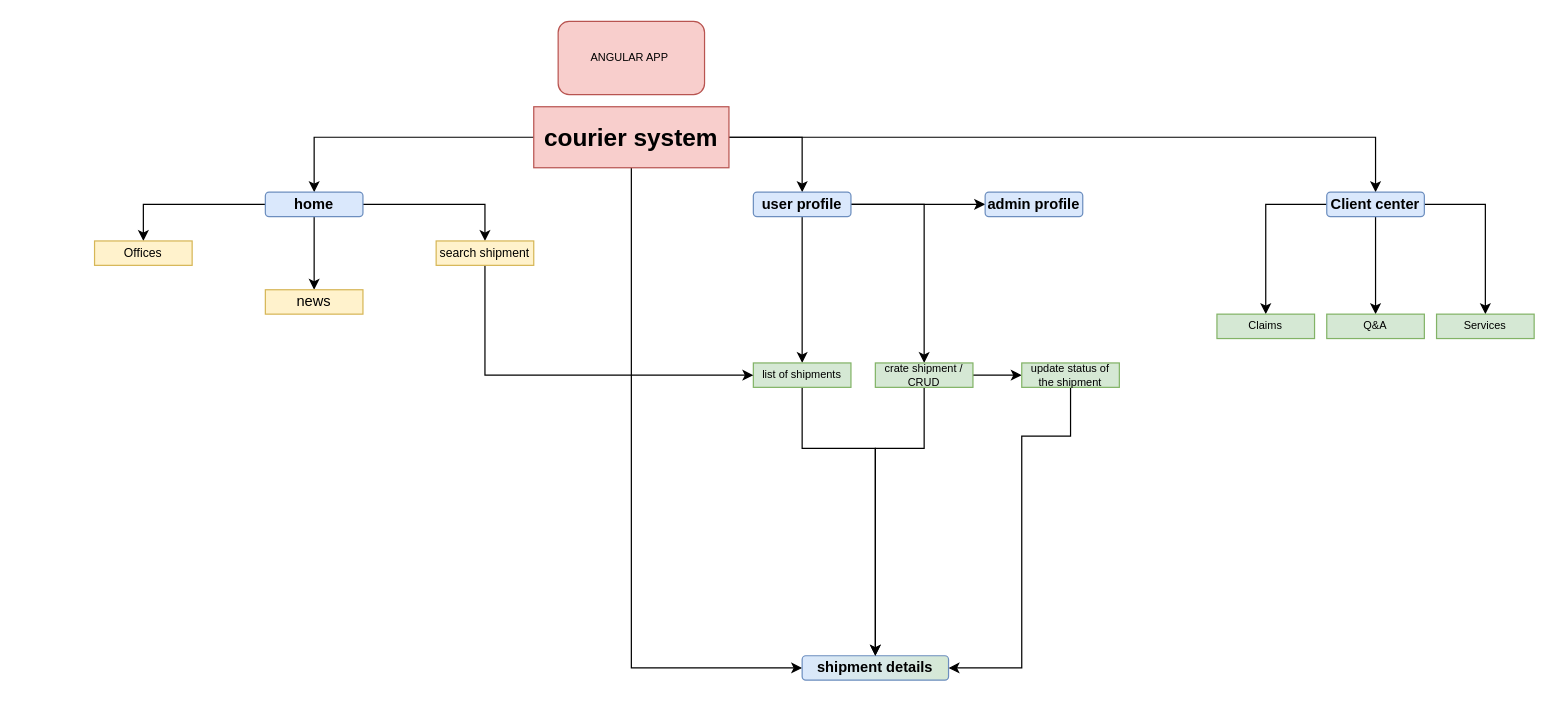
Before: page "Angular app" (2 of 3) of charts/logistic project.drawio in Ivnchev/courier-application, a draw.io diagram. Source tidied: cells renumbered, new cells numbered last; positions are measured from the earlier drawing's top-left corner, leaving out a move shared by most shapes. Both pictures are drawn from the tidied source at 122%, with x=0, y=0 at pixel (94, 21).
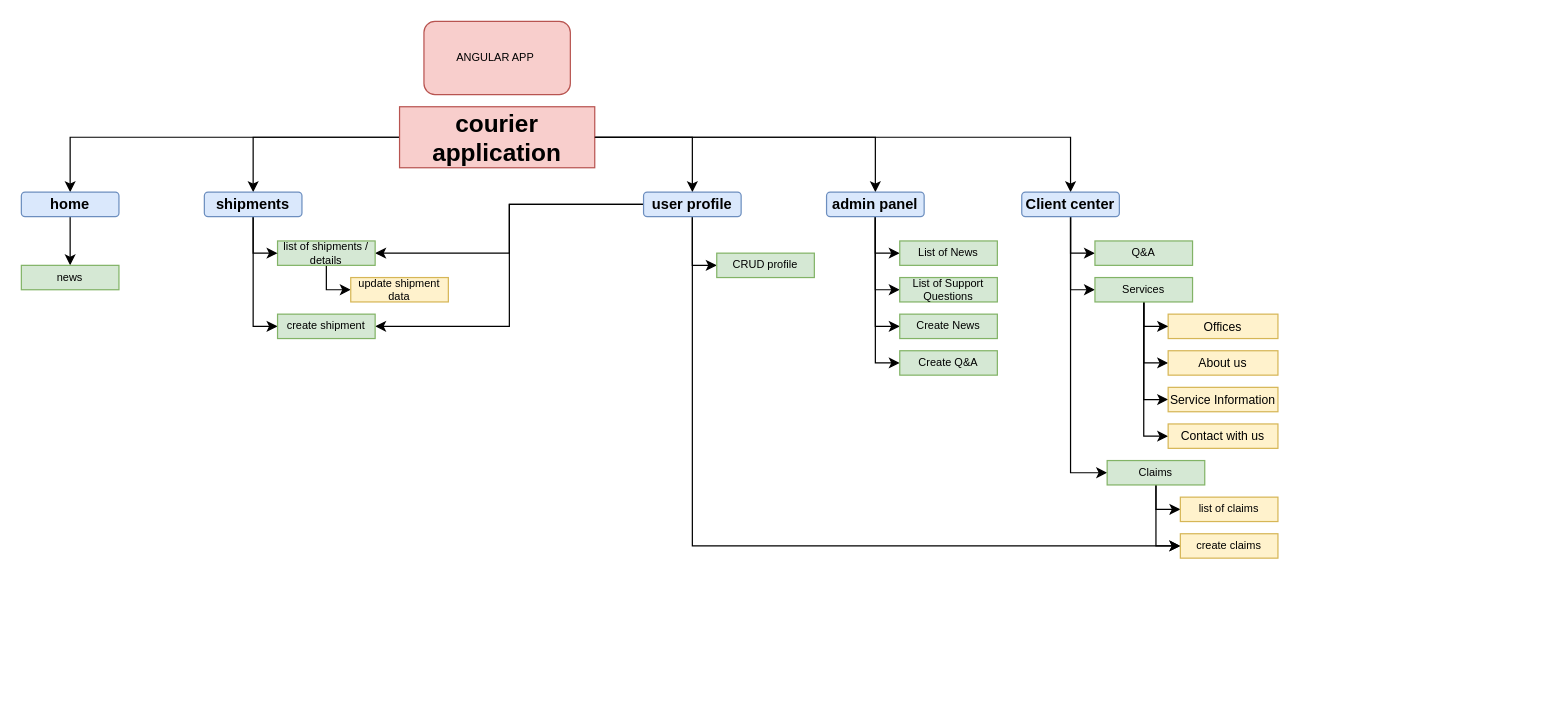
The same diagram, later.

Diff of the diagram source:
```diff
@@
     <mxCell id="2" style="edgeStyle=orthogonalEdgeStyle;rounded=0;jettySize=auto;html=1;entryX=0.5;entryY=0;entryDx=0;entryDy=0;" parent="1" edge="1" source="6" target="10">
       <mxGeometry relative="1" as="geometry">
         <Array as="points">
-          <mxPoint x="180" y="95" />
+          <mxPoint x="-20" y="95" />
         </Array>
       </mxGeometry>
     </mxCell>
-    <mxCell id="3" style="edgeStyle=orthogonalEdgeStyle;rounded=0;jettySize=auto;html=1;fontSize=10;entryX=0;entryY=0.5;entryDx=0;entryDy=0;" parent="1" edge="1" source="6" target="12">
-      <mxGeometry relative="1" as="geometry">
-        <Array as="points">
-          <mxPoint x="440" y="530" />
-        </Array>
-      </mxGeometry>
-    </mxCell>
-    <mxCell id="4" style="edgeStyle=orthogonalEdgeStyle;rounded=0;jettySize=auto;html=1;fontSize=9;exitX=1;exitY=0.5;exitDx=0;exitDy=0;" parent="1" edge="1" source="6" target="16">
+    <mxCell id="4" style="edgeStyle=orthogonalEdgeStyle;rounded=0;jettySize=auto;html=1;fontSize=9;exitX=1;exitY=0.5;exitDx=0;exitDy=0;entryX=0.5;entryY=0;entryDx=0;entryDy=0;" parent="1" edge="1" source="6" target="16">
       <mxGeometry relative="1" as="geometry">
         <Array as="points">
-          <mxPoint x="580" y="95" />
+          <mxPoint x="490" y="95" />
         </Array>
       </mxGeometry>
     </mxCell>
     <mxCell id="5" style="edgeStyle=orthogonalEdgeStyle;rounded=0;jettySize=auto;html=1;fontSize=9;exitX=1;exitY=0.5;exitDx=0;exitDy=0;entryX=0.5;entryY=0;entryDx=0;entryDy=0;" parent="1" edge="1" source="6" target="29">
       <mxGeometry relative="1" as="geometry">
         <Array as="points">
-          <mxPoint x="1050" y="95" />
+          <mxPoint x="800" y="95" />
         </Array>
       </mxGeometry>
     </mxCell>
+    <mxCell id="36" style="edgeStyle=orthogonalEdgeStyle;rounded=0;jettySize=auto;html=1;entryX=0.5;entryY=0;entryDx=0;entryDy=0;" parent="1" edge="1" source="6" target="52">
+      <mxGeometry relative="1" as="geometry" />
+    </mxCell>
-    <mxCell id="6" value="courier system" style="rounded=0;whiteSpace=wrap;html=1;fillColor=#f8cecc;strokeColor=#b85450;fontStyle=1;fontSize=20;" parent="1" vertex="1">
-      <mxGeometry x="360" y="70" width="160" height="50" as="geometry" />
+    <mxCell id="6" value="courier application" style="rounded=0;whiteSpace=wrap;html=1;fillColor=#f8cecc;strokeColor=#b85450;fontStyle=1;fontSize=20;" parent="1" vertex="1">
+      <mxGeometry x="250" y="70" width="160" height="50" as="geometry" />
     </mxCell>
-    <mxCell id="7" style="edgeStyle=orthogonalEdgeStyle;rounded=0;jettySize=auto;html=1;entryX=0.5;entryY=0;entryDx=0;entryDy=0;" parent="1" edge="1" source="10" target="32">
-      <mxGeometry relative="1" as="geometry" />
-    </mxCell>
-    <mxCell id="8" style="edgeStyle=orthogonalEdgeStyle;rounded=0;jettySize=auto;html=1;fontSize=10;entryX=0.5;entryY=0;entryDx=0;entryDy=0;" parent="1" edge="1" source="10" target="31">
-      <mxGeometry relative="1" as="geometry" />
-    </mxCell>
@@
     <mxCell id="10" value="home" style="whiteSpace=wrap;html=1;rounded=1;fillColor=#dae8fc;strokeColor=#6c8ebf;fontSize=12;fontStyle=1;" parent="1" vertex="1">
-      <mxGeometry x="140" y="140" width="80" height="20" as="geometry" />
+      <mxGeometry x="-60" y="140" width="80" height="20" as="geometry" />
     </mxCell>
-    <mxCell id="11" value="news" style="whiteSpace=wrap;html=1;rounded=0;fillColor=#fff2cc;strokeColor=#d6b656;" parent="1" vertex="1">
-      <mxGeometry x="140" y="220" width="80" height="20" as="geometry" />
+    <mxCell id="11" value="news" style="whiteSpace=wrap;html=1;rounded=0;fillColor=#d5e8d4;strokeColor=#82b366;fontSize=9;" parent="1" vertex="1">
+      <mxGeometry x="-60" y="200" width="80" height="20" as="geometry" />
     </mxCell>
-    <mxCell id="12" value="shipment details" style="rounded=1;whiteSpace=wrap;html=1;fontSize=12;fillColor=#dae8fc;strokeColor=#6c8ebf;fontStyle=1;gradientDirection=east;gradientColor=#D5E8D4;" parent="1" vertex="1">
-      <mxGeometry x="580" y="520" width="120" height="20" as="geometry" />
-    </mxCell>
-    <mxCell id="13" style="edgeStyle=orthogonalEdgeStyle;rounded=0;jettySize=auto;html=1;fontSize=9;exitX=1;exitY=0.5;exitDx=0;exitDy=0;" parent="1" edge="1" source="16" target="18">
+    <mxCell id="13" style="edgeStyle=orthogonalEdgeStyle;rounded=0;jettySize=auto;html=1;fontSize=9;exitX=1;exitY=0.5;exitDx=0;exitDy=0;" parent="1" edge="1" source="6" target="18">
       <mxGeometry relative="1" as="geometry" />
     </mxCell>
+    <mxCell id="37" style="edgeStyle=orthogonalEdgeStyle;rounded=0;jettySize=auto;html=1;entryX=0;entryY=0.5;entryDx=0;entryDy=0;" parent="1" edge="1" source="16" target="54">
+      <mxGeometry relative="1" as="geometry" />
+    </mxCell>
-    <mxCell id="14" style="edgeStyle=orthogonalEdgeStyle;rounded=0;jettySize=auto;html=1;fontSize=9;" parent="1" edge="1" source="16" target="22">
+    <mxCell id="14" style="edgeStyle=orthogonalEdgeStyle;rounded=0;jettySize=auto;html=1;entryX=1;entryY=0.5;entryDx=0;entryDy=0;" parent="1" edge="1" source="16" target="22">
       <mxGeometry relative="1" as="geometry" />
     </mxCell>
+    <mxCell id="38" style="edgeStyle=orthogonalEdgeStyle;rounded=0;jettySize=auto;html=1;entryX=0;entryY=0.5;entryDx=0;entryDy=0;exitX=0.5;exitY=1;exitDx=0;exitDy=0;" parent="1" edge="1" source="16" target="56">
+      <mxGeometry relative="1" as="geometry" />
+    </mxCell>
-    <mxCell id="15" style="edgeStyle=orthogonalEdgeStyle;rounded=0;jettySize=auto;html=1;fontSize=9;entryX=0.5;entryY=0;entryDx=0;entryDy=0;" parent="1" edge="1" source="16" target="24">
+    <mxCell id="15" style="edgeStyle=orthogonalEdgeStyle;rounded=0;jettySize=auto;html=1;entryX=1;entryY=0.5;entryDx=0;entryDy=0;" parent="1" edge="1" source="16" target="24">
       <mxGeometry relative="1" as="geometry" />
     </mxCell>
     <mxCell id="16" value="user profile" style="rounded=1;whiteSpace=wrap;html=1;fillColor=#dae8fc;strokeColor=#6c8ebf;fontSize=12;fontStyle=1;" parent="1" vertex="1">
-      <mxGeometry x="540" y="140" width="80" height="20" as="geometry" />
+      <mxGeometry x="450" y="140" width="80" height="20" as="geometry" />
     </mxCell>
-    <mxCell id="17" style="edgeStyle=orthogonalEdgeStyle;rounded=0;jettySize=auto;html=1;fontSize=9;exitX=1;exitY=0.5;exitDx=0;exitDy=0;" parent="1" edge="1" source="24" target="20">
-      <mxGeometry relative="1" as="geometry" />
-    </mxCell>
+    <mxCell id="39" style="edgeStyle=orthogonalEdgeStyle;rounded=0;jettySize=auto;html=1;entryX=0;entryY=0.5;entryDx=0;entryDy=0;" parent="1" edge="1" source="18" target="57">
+      <mxGeometry relative="1" as="geometry" />
+    </mxCell>
+    <mxCell id="40" style="edgeStyle=orthogonalEdgeStyle;rounded=0;jettySize=auto;html=1;entryX=0;entryY=0.5;entryDx=0;entryDy=0;" parent="1" edge="1" source="18" target="58">
+      <mxGeometry relative="1" as="geometry" />
+    </mxCell>
+    <mxCell id="41" style="edgeStyle=orthogonalEdgeStyle;rounded=0;jettySize=auto;html=1;entryX=0;entryY=0.5;entryDx=0;entryDy=0;" parent="1" edge="1" source="18" target="59">
+      <mxGeometry relative="1" as="geometry" />
+    </mxCell>
+    <mxCell id="42" style="edgeStyle=orthogonalEdgeStyle;rounded=0;jettySize=auto;html=1;entryX=0;entryY=0.5;entryDx=0;entryDy=0;" parent="1" edge="1" source="18" target="60">
+      <mxGeometry relative="1" as="geometry" />
+    </mxCell>
-    <mxCell id="18" value="admin profile" style="rounded=1;whiteSpace=wrap;html=1;fillColor=#dae8fc;strokeColor=#6c8ebf;fontSize=12;fontStyle=1;" parent="1" vertex="1">
-      <mxGeometry x="730" y="140" width="80" height="20" as="geometry" />
+    <mxCell id="18" value="admin panel" style="rounded=1;whiteSpace=wrap;html=1;fillColor=#dae8fc;strokeColor=#6c8ebf;fontSize=12;fontStyle=1;" parent="1" vertex="1">
+      <mxGeometry x="600" y="140" width="80" height="20" as="geometry" />
     </mxCell>
-    <mxCell id="19" style="edgeStyle=orthogonalEdgeStyle;rounded=0;jettySize=auto;html=1;fontSize=9;entryX=1;entryY=0.5;entryDx=0;entryDy=0;exitX=0.5;exitY=1;exitDx=0;exitDy=0;" parent="1" edge="1" source="20" target="12">
-      <mxGeometry relative="1" as="geometry">
-        <Array as="points">
-          <mxPoint x="800" y="340" />
-          <mxPoint x="760" y="340" />
-          <mxPoint x="760" y="530" />
-        </Array>
-      </mxGeometry>
-    </mxCell>
-    <mxCell id="20" value="update status of the shipment" style="rounded=0;whiteSpace=wrap;html=1;fontSize=9;fillColor=#d5e8d4;strokeColor=#82b366;" parent="1" vertex="1">
-      <mxGeometry x="760" y="280" width="80" height="20" as="geometry" />
-    </mxCell>
-    <mxCell id="21" style="edgeStyle=orthogonalEdgeStyle;rounded=0;jettySize=auto;html=1;fontSize=9;entryX=0.5;entryY=0;entryDx=0;entryDy=0;exitX=0.5;exitY=1;exitDx=0;exitDy=0;" parent="1" edge="1" source="22" target="12">
-      <mxGeometry relative="1" as="geometry">
-        <Array as="points">
-          <mxPoint x="580" y="350" />
-          <mxPoint x="640" y="350" />
-        </Array>
-      </mxGeometry>
-    </mxCell>
+    <mxCell id="43" style="edgeStyle=orthogonalEdgeStyle;rounded=0;jettySize=auto;html=1;entryX=0;entryY=0.5;entryDx=0;entryDy=0;" parent="1" edge="1" source="22" target="53">
+      <mxGeometry relative="1" as="geometry" />
+    </mxCell>
-    <mxCell id="22" value="list of shipments" style="rounded=0;whiteSpace=wrap;html=1;fontSize=9;fillColor=#d5e8d4;strokeColor=#82b366;" parent="1" vertex="1">
-      <mxGeometry x="540" y="280" width="80" height="20" as="geometry" />
+    <mxCell id="22" value="list of shipments / details" style="rounded=0;whiteSpace=wrap;html=1;fontSize=9;fillColor=#d5e8d4;strokeColor=#82b366;" parent="1" vertex="1">
+      <mxGeometry x="150" y="180" width="80" height="20" as="geometry" />
     </mxCell>
-    <mxCell id="23" style="edgeStyle=orthogonalEdgeStyle;rounded=0;jettySize=auto;html=1;fontSize=20;entryX=0.5;entryY=0;entryDx=0;entryDy=0;" parent="1" edge="1" source="24" target="12">
-      <mxGeometry relative="1" as="geometry">
-        <Array as="points">
-          <mxPoint x="680" y="350" />
-          <mxPoint x="640" y="350" />
-        </Array>
-      </mxGeometry>
-    </mxCell>
-    <mxCell id="24" value="crate shipment / CRUD" style="rounded=0;whiteSpace=wrap;html=1;fontSize=9;fillColor=#d5e8d4;strokeColor=#82b366;" parent="1" vertex="1">
-      <mxGeometry x="640" y="280" width="80" height="20" as="geometry" />
-    </mxCell>
     <mxCell id="25" value="ANGULAR APP&amp;nbsp;" style="rounded=1;whiteSpace=wrap;html=1;fontSize=9;fillColor=#f8cecc;strokeColor=#b85450;" parent="1" vertex="1">
-      <mxGeometry x="380" width="120" height="60" as="geometry" />
+      <mxGeometry x="270" width="120" height="60" as="geometry" />
     </mxCell>
-    <mxCell id="26" style="edgeStyle=orthogonalEdgeStyle;rounded=0;jettySize=auto;html=1;fontSize=20;" parent="1" edge="1" source="29" target="33">
+    <mxCell id="26" style="edgeStyle=orthogonalEdgeStyle;rounded=0;jettySize=auto;html=1;fontSize=20;entryX=0;entryY=0.5;entryDx=0;entryDy=0;" parent="1" edge="1" source="29" target="33">
       <mxGeometry relative="1" as="geometry" />
     </mxCell>
-    <mxCell id="27" style="edgeStyle=orthogonalEdgeStyle;rounded=0;jettySize=auto;html=1;fontSize=20;" parent="1" edge="1" source="29" target="34">
+    <mxCell id="27" style="edgeStyle=orthogonalEdgeStyle;rounded=0;jettySize=auto;html=1;fontSize=20;entryX=0;entryY=0.5;entryDx=0;entryDy=0;" parent="1" edge="1" source="29" target="34">
       <mxGeometry relative="1" as="geometry" />
     </mxCell>
-    <mxCell id="28" style="edgeStyle=orthogonalEdgeStyle;rounded=0;jettySize=auto;html=1;fontSize=20;" parent="1" edge="1" source="29" target="35">
+    <mxCell id="28" style="edgeStyle=orthogonalEdgeStyle;rounded=0;jettySize=auto;html=1;fontSize=20;entryX=0;entryY=0.5;entryDx=0;entryDy=0;" parent="1" edge="1" source="29" target="35">
       <mxGeometry relative="1" as="geometry" />
     </mxCell>
     <mxCell id="29" value="Client center" style="rounded=1;whiteSpace=wrap;html=1;fillColor=#dae8fc;strokeColor=#6c8ebf;fontSize=12;fontStyle=1;" parent="1" vertex="1">
-      <mxGeometry x="1010" y="140" width="80" height="20" as="geometry" />
+      <mxGeometry x="760" y="140" width="80" height="20" as="geometry" />
     </mxCell>
-    <mxCell id="30" style="edgeStyle=orthogonalEdgeStyle;rounded=0;jettySize=auto;html=1;fontSize=20;entryX=0;entryY=0.5;entryDx=0;entryDy=0;exitX=0.5;exitY=1;exitDx=0;exitDy=0;" parent="1" edge="1" source="31" target="22">
-      <mxGeometry relative="1" as="geometry">
-        <Array as="points">
-          <mxPoint x="320" y="290" />
-        </Array>
-      </mxGeometry>
-    </mxCell>
-    <mxCell id="31" value="search shipment" style="whiteSpace=wrap;html=1;rounded=0;fontSize=10;fillColor=#fff2cc;strokeColor=#d6b656;" parent="1" vertex="1">
-      <mxGeometry x="280" y="180" width="80" height="20" as="geometry" />
-    </mxCell>
     <mxCell id="32" value="&lt;font size=&quot;1&quot;&gt;Offices&lt;/font&gt;" style="whiteSpace=wrap;html=1;rounded=0;fillColor=#fff2cc;strokeColor=#d6b656;" parent="1" vertex="1">
-      <mxGeometry y="180" width="80" height="20" as="geometry" />
+      <mxGeometry x="880" y="240" width="90" height="20" as="geometry" />
     </mxCell>
     <mxCell id="33" value="Q&amp;amp;A" style="rounded=0;whiteSpace=wrap;html=1;fillColor=#d5e8d4;strokeColor=#82b366;fontSize=9;" parent="1" vertex="1">
-      <mxGeometry x="1010" y="240" width="80" height="20" as="geometry" />
+      <mxGeometry x="820" y="180" width="80" height="20" as="geometry" />
     </mxCell>
+    <mxCell id="44" style="edgeStyle=orthogonalEdgeStyle;rounded=0;jettySize=auto;html=1;entryX=0;entryY=0.5;entryDx=0;entryDy=0;" parent="1" edge="1" source="34" target="32">
+      <mxGeometry relative="1" as="geometry" />
+    </mxCell>
+    <mxCell id="45" style="edgeStyle=orthogonalEdgeStyle;rounded=0;jettySize=auto;html=1;entryX=0;entryY=0.5;entryDx=0;entryDy=0;" parent="1" edge="1" source="34" target="61">
+      <mxGeometry relative="1" as="geometry">
+        <Array as="points">
+          <mxPoint x="860" y="280" />
+        </Array>
+      </mxGeometry>
+    </mxCell>
+    <mxCell id="46" style="edgeStyle=orthogonalEdgeStyle;rounded=0;jettySize=auto;html=1;entryX=0;entryY=0.5;entryDx=0;entryDy=0;" parent="1" edge="1" source="34" target="63">
+      <mxGeometry relative="1" as="geometry" />
+    </mxCell>
+    <mxCell id="47" style="edgeStyle=orthogonalEdgeStyle;rounded=0;jettySize=auto;html=1;entryX=0;entryY=0.5;entryDx=0;entryDy=0;" parent="1" edge="1" source="34" target="62">
+      <mxGeometry relative="1" as="geometry" />
+    </mxCell>
     <mxCell id="34" value="Services" style="rounded=0;whiteSpace=wrap;html=1;fillColor=#d5e8d4;strokeColor=#82b366;fontSize=9;" parent="1" vertex="1">
-      <mxGeometry x="1100" y="240" width="80" height="20" as="geometry" />
+      <mxGeometry x="820" y="210" width="80" height="20" as="geometry" />
     </mxCell>
+    <mxCell id="48" style="edgeStyle=orthogonalEdgeStyle;rounded=0;jettySize=auto;html=1;entryX=0;entryY=0.5;entryDx=0;entryDy=0;" parent="1" edge="1" source="35" target="55">
+      <mxGeometry relative="1" as="geometry" />
+    </mxCell>
+    <mxCell id="49" style="edgeStyle=orthogonalEdgeStyle;rounded=0;jettySize=auto;html=1;entryX=0;entryY=0.5;entryDx=0;entryDy=0;" parent="1" edge="1" source="35" target="56">
+      <mxGeometry relative="1" as="geometry" />
+    </mxCell>
     <mxCell id="35" value="Claims" style="rounded=0;whiteSpace=wrap;html=1;fillColor=#d5e8d4;strokeColor=#82b366;fontSize=9;" parent="1" vertex="1">
-      <mxGeometry x="920" y="240" width="80" height="20" as="geometry" />
+      <mxGeometry x="830" y="360" width="80" height="20" as="geometry" />
     </mxCell>
+    <mxCell id="50" style="edgeStyle=orthogonalEdgeStyle;rounded=0;jettySize=auto;html=1;entryX=0;entryY=0.5;entryDx=0;entryDy=0;" parent="1" edge="1" source="52" target="24">
+      <mxGeometry relative="1" as="geometry" />
+    </mxCell>
+    <mxCell id="51" style="edgeStyle=orthogonalEdgeStyle;rounded=0;jettySize=auto;html=1;entryX=0;entryY=0.5;entryDx=0;entryDy=0;" parent="1" edge="1" source="52" target="22">
+      <mxGeometry relative="1" as="geometry" />
+    </mxCell>
+    <mxCell id="52" value="shipments" style="whiteSpace=wrap;html=1;rounded=1;fillColor=#dae8fc;strokeColor=#6c8ebf;fontSize=12;fontStyle=1;" parent="1" vertex="1">
+      <mxGeometry x="90" y="140" width="80" height="20" as="geometry" />
+    </mxCell>
+    <mxCell id="53" value="update shipment data" style="rounded=0;whiteSpace=wrap;html=1;fontSize=9;fillColor=#fff2cc;strokeColor=#d6b656;" parent="1" vertex="1">
+      <mxGeometry x="210" y="210" width="80" height="20" as="geometry" />
+    </mxCell>
+    <mxCell id="54" value="CRUD profile" style="rounded=0;whiteSpace=wrap;html=1;fontSize=9;fillColor=#d5e8d4;strokeColor=#82b366;" parent="1" vertex="1">
+      <mxGeometry x="510" y="190" width="80" height="20" as="geometry" />
+    </mxCell>
+    <mxCell id="24" value="create shipment" style="rounded=0;whiteSpace=wrap;html=1;fontSize=9;fillColor=#d5e8d4;strokeColor=#82b366;" parent="1" vertex="1">
+      <mxGeometry x="150" y="240" width="80" height="20" as="geometry" />
+    </mxCell>
+    <mxCell id="55" value="list of claims" style="rounded=0;whiteSpace=wrap;html=1;fontSize=9;fillColor=#fff2cc;strokeColor=#d6b656;" parent="1" vertex="1">
+      <mxGeometry x="890" y="390" width="80" height="20" as="geometry" />
+    </mxCell>
+    <mxCell id="56" value="create claims" style="rounded=0;whiteSpace=wrap;html=1;fontSize=9;fillColor=#fff2cc;strokeColor=#d6b656;" parent="1" vertex="1">
+      <mxGeometry x="890" y="420" width="80" height="20" as="geometry" />
+    </mxCell>
+    <mxCell id="57" value="List of News" style="rounded=0;whiteSpace=wrap;html=1;fontSize=9;fillColor=#d5e8d4;strokeColor=#82b366;" parent="1" vertex="1">
+      <mxGeometry x="660" y="180" width="80" height="20" as="geometry" />
+    </mxCell>
+    <mxCell id="58" value="List of Support Questions" style="rounded=0;whiteSpace=wrap;html=1;fontSize=9;fillColor=#d5e8d4;strokeColor=#82b366;" parent="1" vertex="1">
+      <mxGeometry x="660" y="210" width="80" height="20" as="geometry" />
+    </mxCell>
+    <mxCell id="59" value="Create News" style="rounded=0;whiteSpace=wrap;html=1;fontSize=9;fillColor=#d5e8d4;strokeColor=#82b366;" parent="1" vertex="1">
+      <mxGeometry x="660" y="240" width="80" height="20" as="geometry" />
+    </mxCell>
+    <mxCell id="60" value="Create Q&amp;amp;A" style="rounded=0;whiteSpace=wrap;html=1;fontSize=9;fillColor=#d5e8d4;strokeColor=#82b366;" parent="1" vertex="1">
+      <mxGeometry x="660" y="270" width="80" height="20" as="geometry" />
+    </mxCell>
+    <mxCell id="61" value="&lt;font size=&quot;1&quot;&gt;About us&lt;/font&gt;" style="whiteSpace=wrap;html=1;rounded=0;fillColor=#fff2cc;strokeColor=#d6b656;" parent="1" vertex="1">
+      <mxGeometry x="880" y="270" width="90" height="20" as="geometry" />
+    </mxCell>
+    <mxCell id="62" value="&lt;font size=&quot;1&quot;&gt;Service Information&lt;/font&gt;" style="whiteSpace=wrap;html=1;rounded=0;fillColor=#fff2cc;strokeColor=#d6b656;" parent="1" vertex="1">
+      <mxGeometry x="880" y="300" width="90" height="20" as="geometry" />
+    </mxCell>
+    <mxCell id="63" value="&lt;font size=&quot;1&quot;&gt;Contact with us&lt;/font&gt;" style="whiteSpace=wrap;html=1;rounded=0;fillColor=#fff2cc;strokeColor=#d6b656;" parent="1" vertex="1">
+      <mxGeometry x="880" y="330" width="90" height="20" as="geometry" />
+    </mxCell>
```
